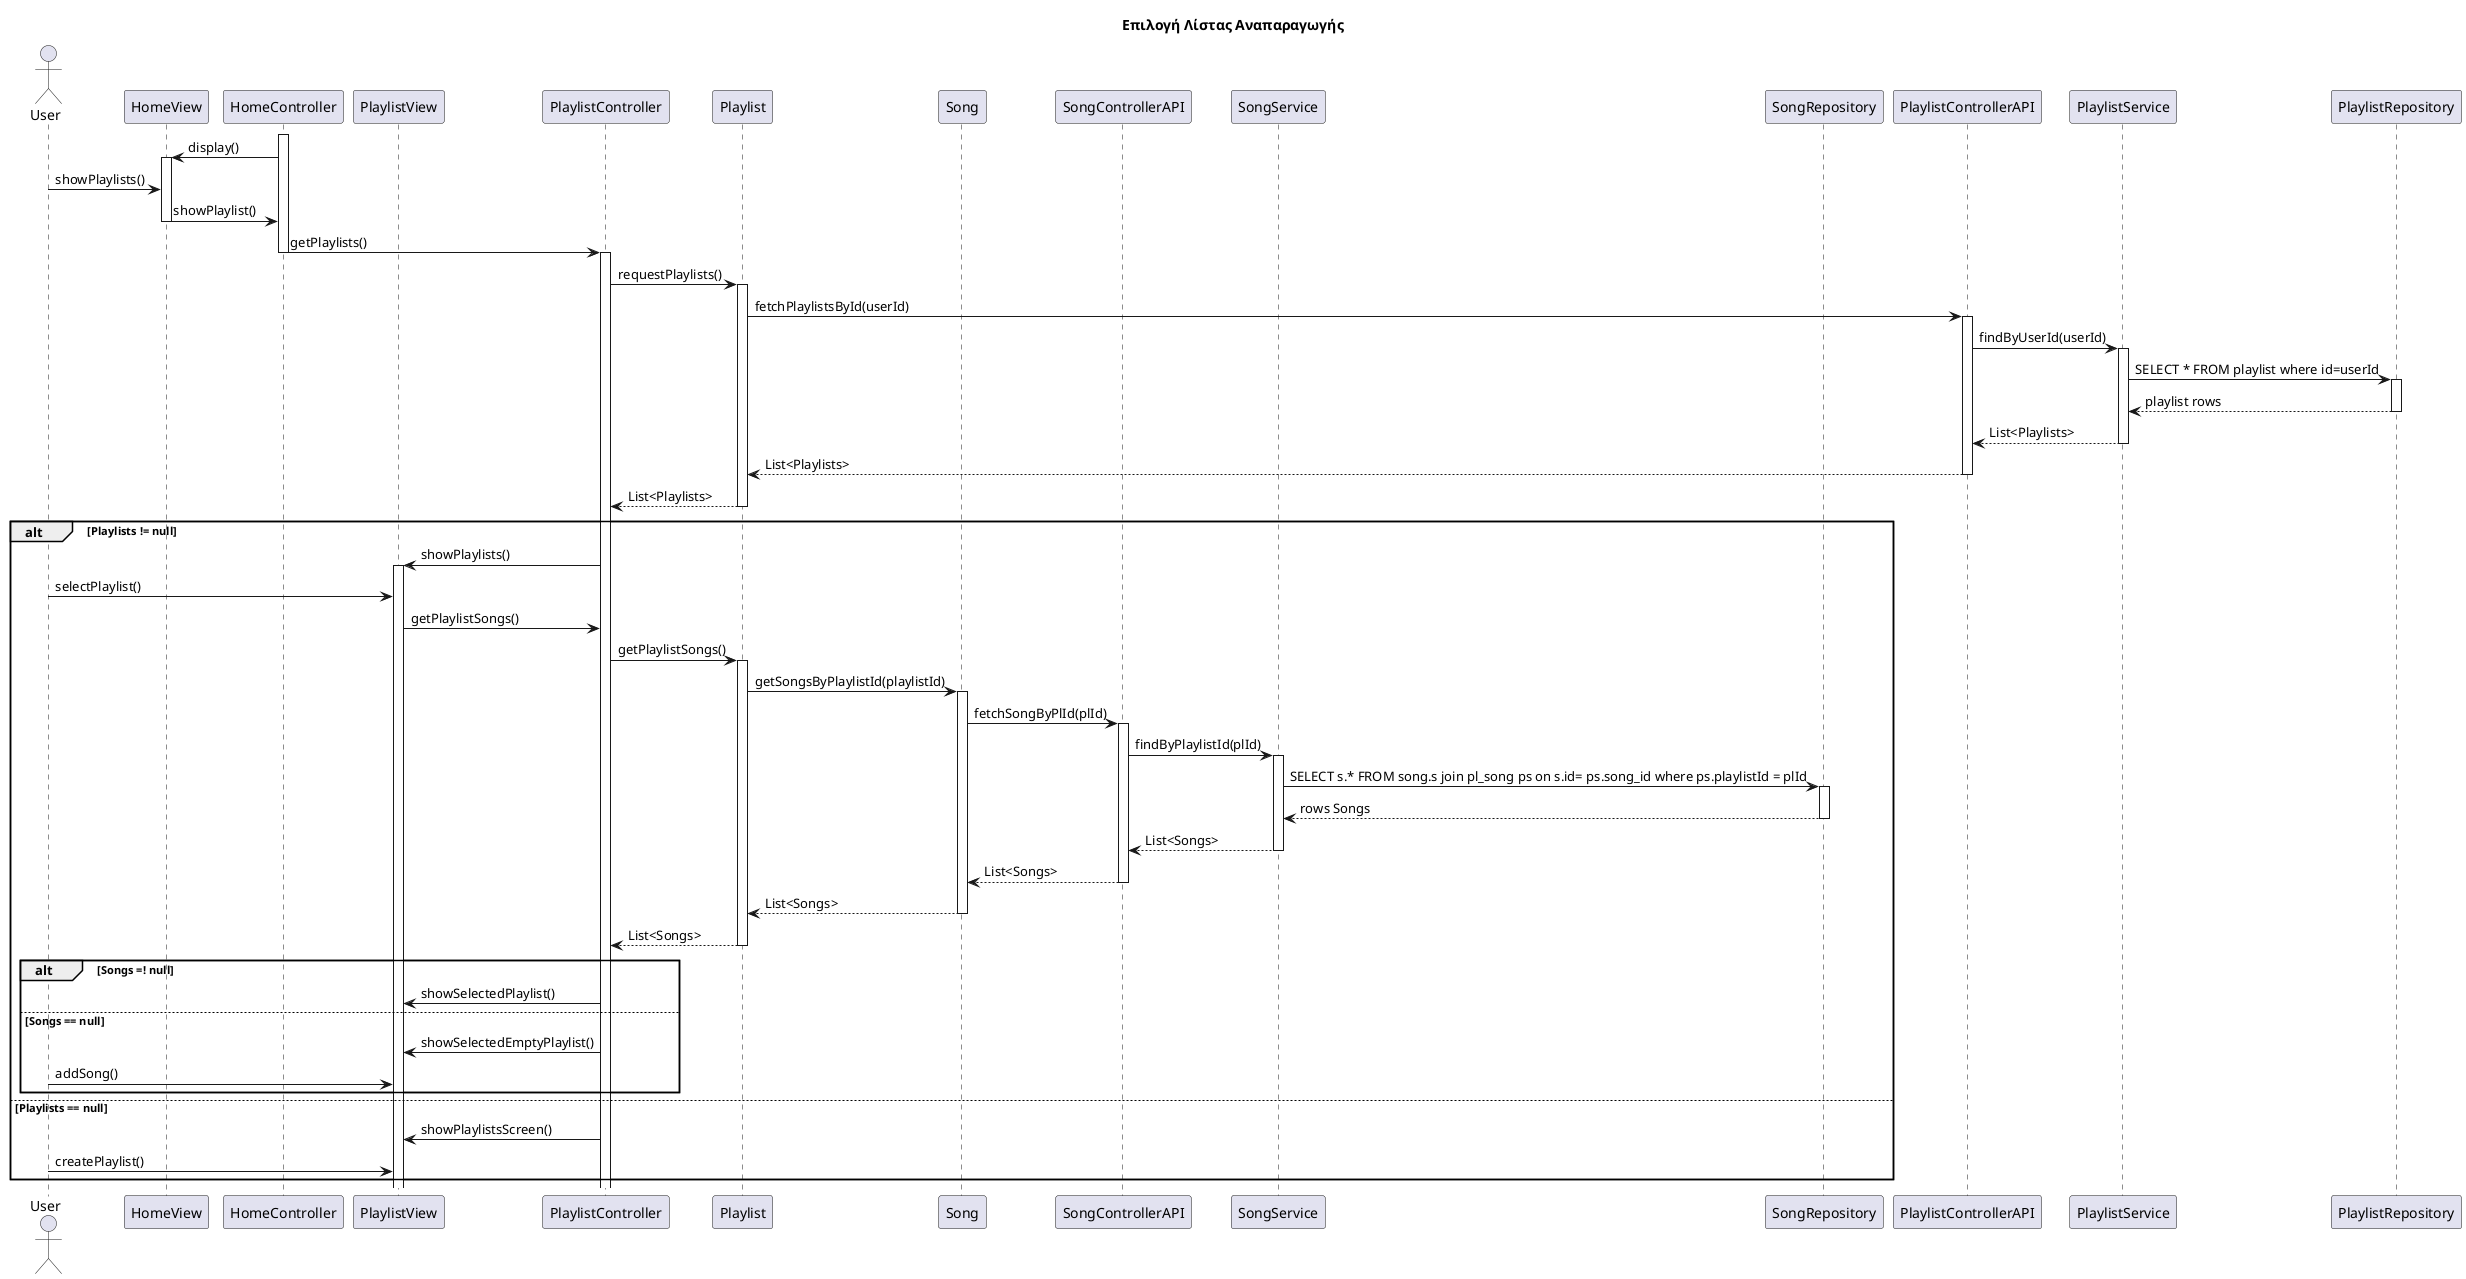
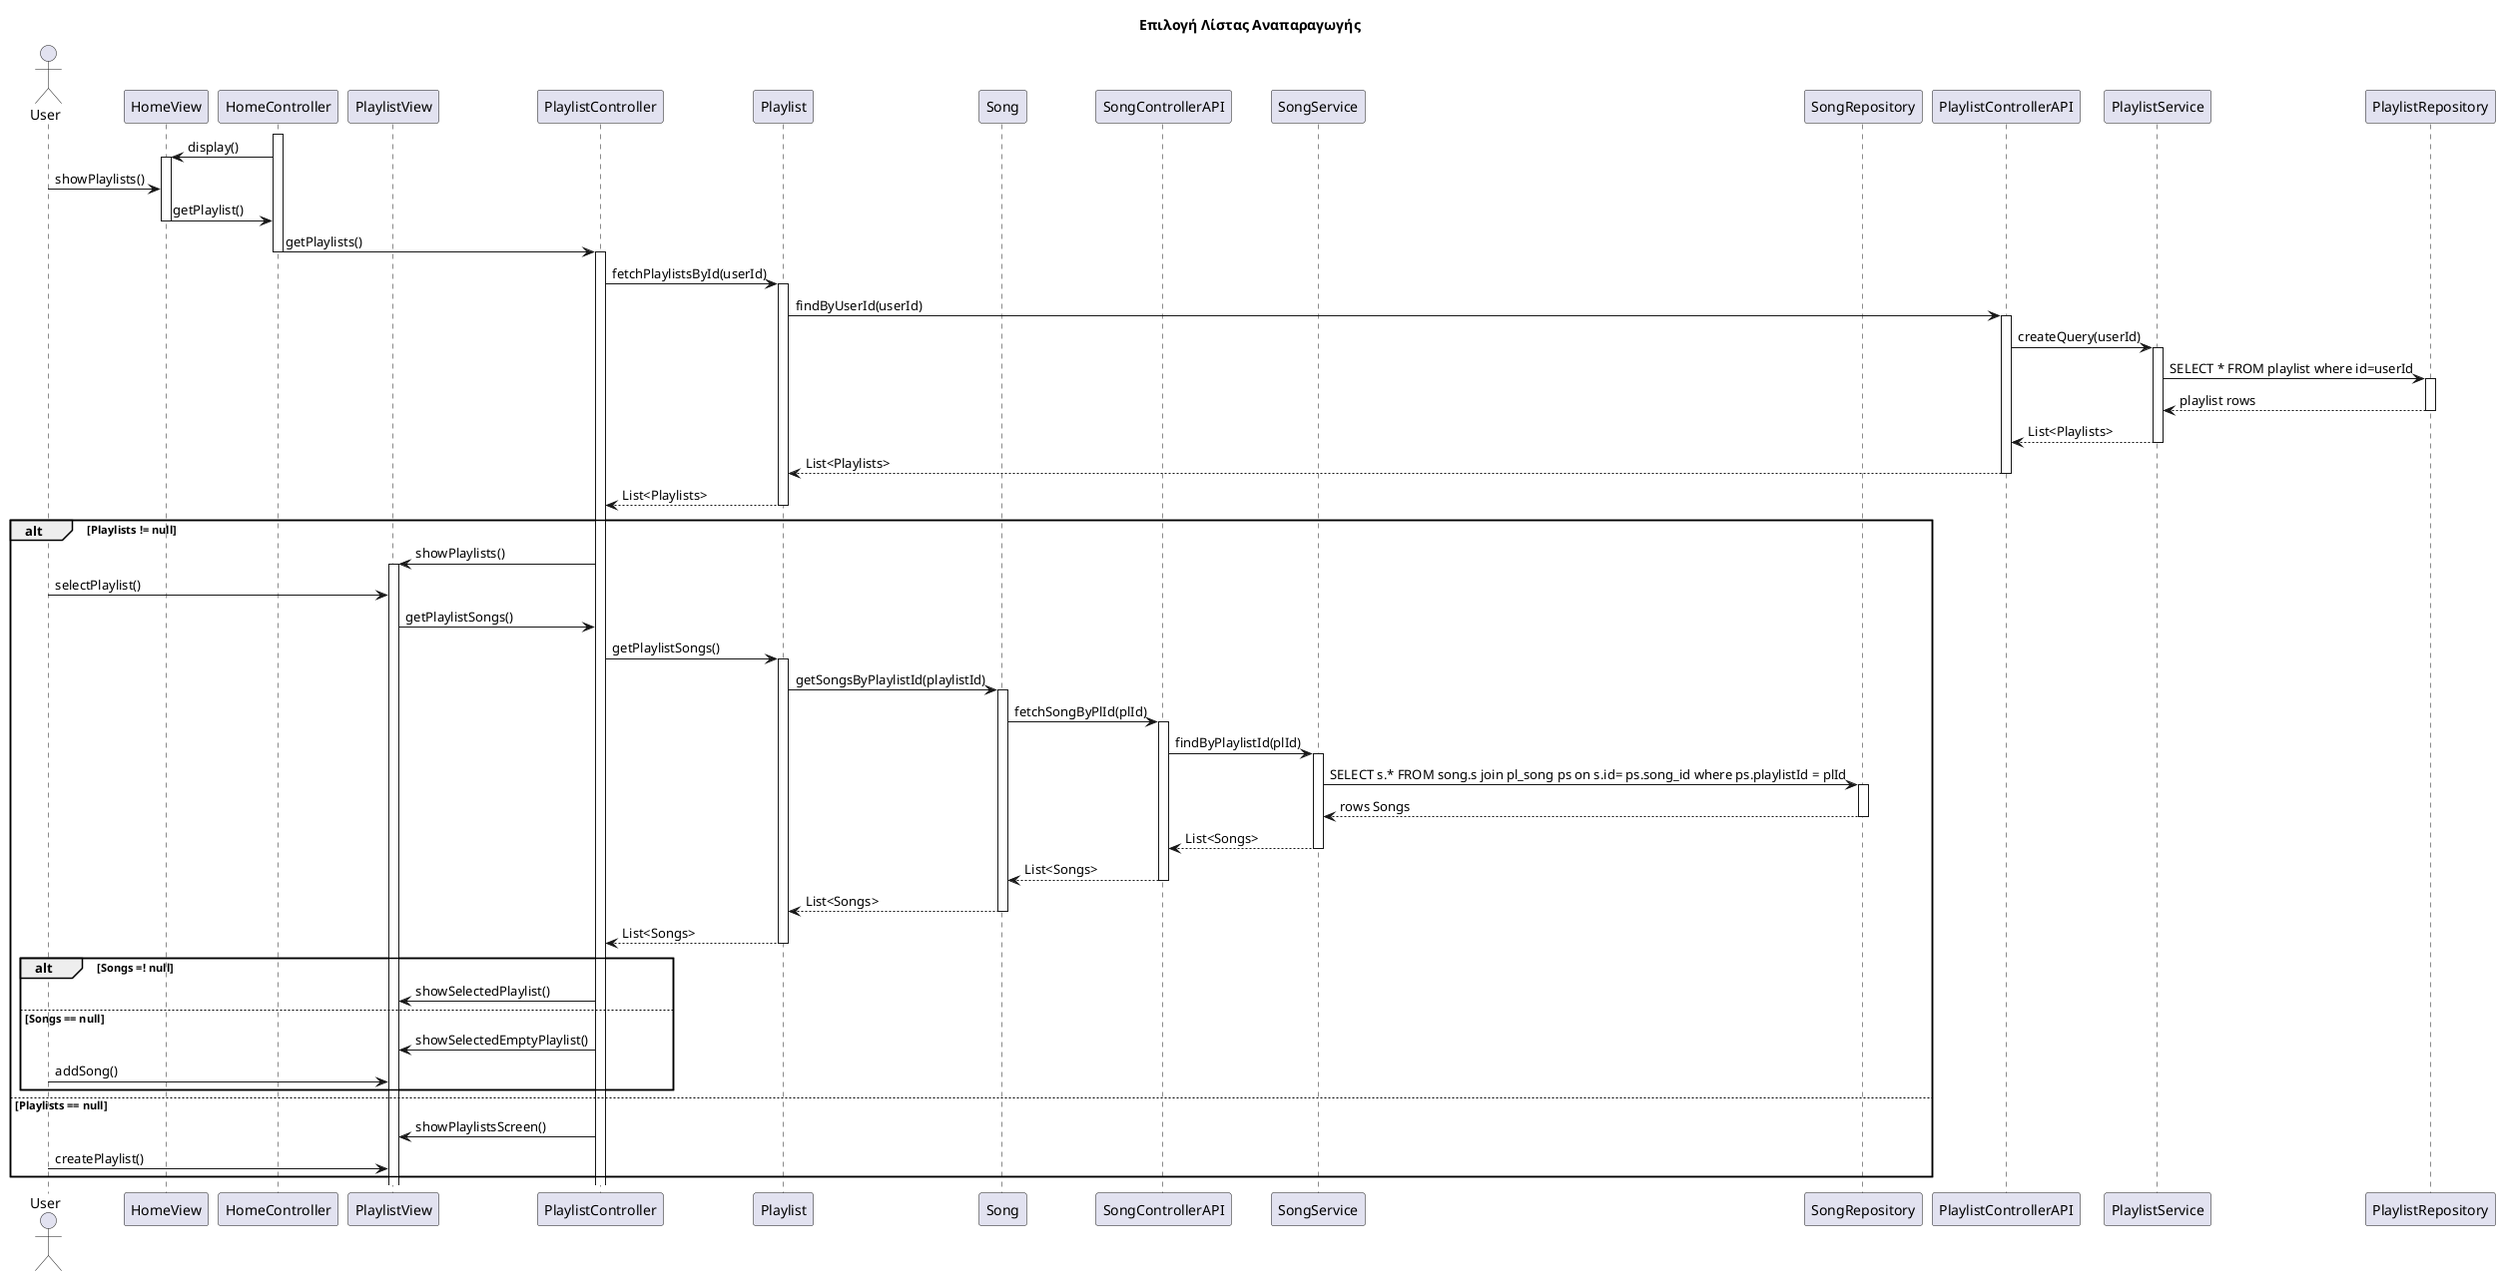
@startuml name

title  Επιλογή Λίστας Αναπαραγωγής

actor User
participant HomeView
participant HomeController
participant PlaylistView
participant PlaylistController
participant Playlist
participant Song
participant SongControllerAPI
participant SongService
participant SongRepository
participant PlaylistControllerAPI
participant PlaylistService
participant PlaylistRepository
activate HomeController


HomeController -> HomeView : display()
activate HomeView
User -> HomeView : showPlaylists()
- HomeView -> HomeController : showPlaylist()
+ HomeView -> HomeController : getPlaylist()
deactivate HomeView
HomeController -> PlaylistController : getPlaylists()
deactivate HomeController
activate PlaylistController

- PlaylistController -> Playlist : requestPlaylists()
+ PlaylistController -> Playlist : fetchPlaylistsById(userId)
activate Playlist
- Playlist -> PlaylistControllerAPI : fetchPlaylistsById(userId)
+ Playlist -> PlaylistControllerAPI : findByUserId(userId)
activate PlaylistControllerAPI
- PlaylistControllerAPI -> PlaylistService : findByUserId(userId)
+ PlaylistControllerAPI -> PlaylistService : createQuery(userId)
activate PlaylistService
PlaylistService -> PlaylistRepository : SELECT * FROM playlist where id=userId
activate PlaylistRepository
PlaylistRepository --> PlaylistService : playlist rows
deactivate PlaylistRepository
PlaylistService --> PlaylistControllerAPI : List<Playlists>
deactivate PlaylistService
PlaylistControllerAPI --> Playlist : List<Playlists>
deactivate PlaylistControllerAPI
Playlist --> PlaylistController : List<Playlists>
deactivate Playlist

alt Playlists != null
    PlaylistController -> PlaylistView : showPlaylists()
    activate PlaylistView
    User -> PlaylistView : selectPlaylist()
    PlaylistView -> PlaylistController : getPlaylistSongs()
    PlaylistController -> Playlist : getPlaylistSongs()
    activate Playlist
    Playlist -> Song : getSongsByPlaylistId(playlistId)
    activate Song
    Song -> SongControllerAPI : fetchSongByPlId(plId)
    activate SongControllerAPI
    SongControllerAPI -> SongService : findByPlaylistId(plId)
    activate SongService
    SongService -> SongRepository : SELECT s.* FROM song.s join pl_song ps on s.id= ps.song_id where ps.playlistId = plId
    activate SongRepository
    SongRepository --> SongService : rows Songs
    deactivate SongRepository
    SongService --> SongControllerAPI : List<Songs>
    deactivate SongService
    SongControllerAPI --> Song : List<Songs>
    deactivate SongControllerAPI
    Song --> Playlist : List<Songs>
    deactivate Song
    Playlist --> PlaylistController : List<Songs>
    deactivate Playlist
    alt Songs =! null
        PlaylistController -> PlaylistView : showSelectedPlaylist()
    else Songs == null
        PlaylistController -> PlaylistView : showSelectedEmptyPlaylist()
        User -> PlaylistView : addSong()
    end
else Playlists == null
    PlaylistController -> PlaylistView : showPlaylistsScreen()
    User -> PlaylistView : createPlaylist()
end
@enduml